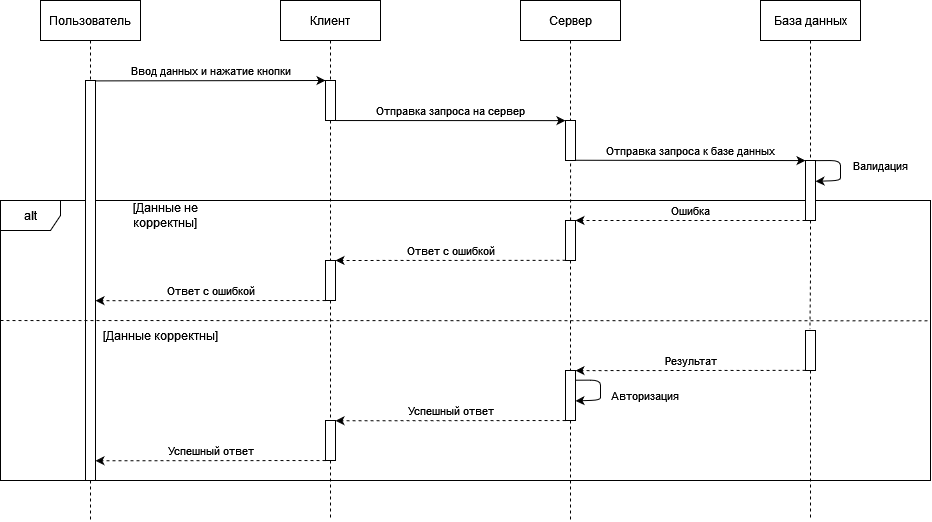
PhoeniX-art-lab/TRiTPO keeps this draw.io diagram as SDS/Images/Sequence_sign_in.png. Above is the earlier version. Source tidied: cells renumbered, new cells last; positions are measured from the earlier drawing's top-left corner, leaving out a move shared by most shapes. Its diagram source:
```xml
<mxGraphModel>
  <root>
    <mxCell id="0" />
    <mxCell id="1" parent="0" />
    <mxCell id="2" value="alt" style="shape=umlFrame;whiteSpace=wrap;html=1;" parent="1" vertex="1">
      <mxGeometry y="200" width="930" height="280" as="geometry" />
    </mxCell>
    <mxCell id="3" value="Пользователь" style="shape=umlLifeline;perimeter=lifelinePerimeter;whiteSpace=wrap;html=1;" parent="1" vertex="1">
      <mxGeometry x="40" width="100" height="80" as="geometry" />
    </mxCell>
    <mxCell id="4" style="edgeStyle=orthogonalEdgeStyle;rounded=0;jettySize=auto;html=1;dashed=1;endArrow=none;endFill=0;" parent="1" edge="1" source="5">
      <mxGeometry relative="1" as="geometry">
        <mxPoint x="90" y="520" as="targetPoint" />
      </mxGeometry>
    </mxCell>
    <mxCell id="5" style="html=1;points=[];perimeter=orthogonalPerimeter;" parent="1" vertex="1">
      <mxGeometry x="85" y="80" width="10" height="400" as="geometry" />
    </mxCell>
    <mxCell id="6" value="Сервер" style="shape=umlLifeline;perimeter=lifelinePerimeter;whiteSpace=wrap;html=1;" parent="1" vertex="1">
      <mxGeometry x="520" width="100" height="120" as="geometry" />
    </mxCell>
    <mxCell id="7" value="База данных" style="shape=umlLifeline;perimeter=lifelinePerimeter;whiteSpace=wrap;html=1;" parent="1" vertex="1">
      <mxGeometry x="760" width="100" height="160" as="geometry" />
    </mxCell>
    <mxCell id="8" style="html=1;points=[];perimeter=orthogonalPerimeter;" parent="1" vertex="1">
      <mxGeometry x="565" y="120" width="10" height="40" as="geometry" />
    </mxCell>
    <mxCell id="9" value="Ввод данных и нажатие кнопки" style="endArrow=classic;html=1;rounded=0;exitX=1;exitY=0.001;exitDx=0;exitDy=0;exitPerimeter=0;entryX=0;entryY=0;entryDx=0;entryDy=0;entryPerimeter=0;" parent="1" edge="1" source="5" target="15">
      <mxGeometry y="10" relative="1" as="geometry" />
    </mxCell>
    <mxCell id="10" style="edgeStyle=orthogonalEdgeStyle;rounded=0;jettySize=auto;html=1;entryX=0.44;entryY=-0.035;entryDx=0;entryDy=0;entryPerimeter=0;dashed=1;fontSize=11;endArrow=none;endFill=0;" parent="1" edge="1" source="11" target="31">
      <mxGeometry relative="1" as="geometry" />
    </mxCell>
    <mxCell id="11" style="html=1;points=[];perimeter=orthogonalPerimeter;" parent="1" vertex="1">
      <mxGeometry x="805" y="160" width="10" height="60" as="geometry" />
    </mxCell>
    <mxCell id="12" value="Отправка запроса к базе данных" style="endArrow=classic;html=1;rounded=0;exitX=0.985;exitY=0.497;exitDx=0;exitDy=0;exitPerimeter=0;entryX=0;entryY=0.501;entryDx=0;entryDy=0;entryPerimeter=0;" parent="1" edge="1">
      <mxGeometry y="10" relative="1" as="geometry">
        <mxPoint x="574.8" y="159.8" as="sourcePoint" />
        <mxPoint x="805" y="160.1" as="targetPoint" />
      </mxGeometry>
    </mxCell>
    <mxCell id="13" value="Клиент" style="shape=umlLifeline;perimeter=lifelinePerimeter;whiteSpace=wrap;html=1;" parent="1" vertex="1">
      <mxGeometry x="280" width="100" height="80" as="geometry" />
    </mxCell>
    <mxCell id="14" style="edgeStyle=orthogonalEdgeStyle;rounded=0;jettySize=auto;html=1;entryX=0.495;entryY=-0.002;entryDx=0;entryDy=0;entryPerimeter=0;dashed=1;fontSize=11;endArrow=none;endFill=0;" parent="1" edge="1" source="15" target="25">
      <mxGeometry relative="1" as="geometry" />
    </mxCell>
    <mxCell id="15" style="html=1;points=[];perimeter=orthogonalPerimeter;" parent="1" vertex="1">
      <mxGeometry x="325" y="80" width="10" height="40" as="geometry" />
    </mxCell>
    <mxCell id="16" value="Отправка запроса на сервер" style="endArrow=classic;html=1;rounded=0;exitX=0.994;exitY=1.001;exitDx=0;exitDy=0;exitPerimeter=0;entryX=-0.005;entryY=0.003;entryDx=0;entryDy=0;entryPerimeter=0;" parent="1" edge="1" source="15" target="8">
      <mxGeometry y="10" relative="1" as="geometry" />
    </mxCell>
    <mxCell id="17" style="endArrow=none;html=1;rounded=0;dashed=1;exitX=0;exitY=0.5;exitDx=0;exitDy=0;exitPerimeter=0;entryX=1;entryY=0.501;entryDx=0;entryDy=0;entryPerimeter=0;" parent="1" edge="1">
      <mxGeometry relative="1" as="geometry">
        <mxPoint y="320" as="sourcePoint" />
        <mxPoint x="930" y="320.3" as="targetPoint" />
      </mxGeometry>
    </mxCell>
    <mxCell id="18" value="[Данные не корректны]" style="text;html=1;strokeColor=none;fillColor=none;align=center;verticalAlign=middle;whiteSpace=wrap;rounded=0;" parent="1" vertex="1">
      <mxGeometry x="100" y="200" width="130" height="30" as="geometry" />
    </mxCell>
    <mxCell id="19" value="[Данные корректны]" style="text;html=1;strokeColor=none;fillColor=none;align=center;verticalAlign=middle;whiteSpace=wrap;rounded=0;" parent="1" vertex="1">
      <mxGeometry x="95" y="320" width="130" height="30" as="geometry" />
    </mxCell>
    <mxCell id="20" style="edgeStyle=orthogonalEdgeStyle;rounded=0;jettySize=auto;html=1;entryX=0.498;entryY=-0.005;entryDx=0;entryDy=0;entryPerimeter=0;dashed=1;fontSize=11;endArrow=none;endFill=0;" parent="1" edge="1" source="21" target="33">
      <mxGeometry relative="1" as="geometry" />
    </mxCell>
    <mxCell id="21" style="html=1;points=[];perimeter=orthogonalPerimeter;" parent="1" vertex="1">
      <mxGeometry x="565" y="220" width="10" height="40" as="geometry" />
    </mxCell>
    <mxCell id="22" value="Ошибка" style="endArrow=classic;html=1;rounded=0;dashed=1;entryX=0.996;entryY=-0.001;entryDx=0;entryDy=0;entryPerimeter=0;exitX=0;exitY=1;exitDx=0;exitDy=0;exitPerimeter=0;" parent="1" edge="1" source="11" target="21">
      <mxGeometry y="-10" relative="1" as="geometry" />
    </mxCell>
    <mxCell id="23" style="endArrow=none;html=1;rounded=0;dashed=1;entryX=0.501;entryY=0.997;entryDx=0;entryDy=0;entryPerimeter=0;exitX=0.504;exitY=-0.002;exitDx=0;exitDy=0;exitPerimeter=0;" parent="1" edge="1" source="21" target="8">
      <mxGeometry relative="1" as="geometry" />
    </mxCell>
    <mxCell id="24" style="edgeStyle=orthogonalEdgeStyle;rounded=0;jettySize=auto;html=1;dashed=1;fontSize=11;endArrow=none;endFill=0;entryX=0.5;entryY=0;entryDx=0;entryDy=0;entryPerimeter=0;" parent="1" edge="1" source="25" target="38">
      <mxGeometry relative="1" as="geometry" />
    </mxCell>
    <mxCell id="25" style="html=1;points=[];perimeter=orthogonalPerimeter;" parent="1" vertex="1">
      <mxGeometry x="325" y="260" width="10" height="40" as="geometry" />
    </mxCell>
    <mxCell id="26" value="Ответ с ошибкой" style="endArrow=classic;html=1;rounded=0;dashed=1;entryX=1.001;entryY=-0.001;entryDx=0;entryDy=0;entryPerimeter=0;exitX=0.002;exitY=0.995;exitDx=0;exitDy=0;exitPerimeter=0;" parent="1" edge="1" source="21" target="25">
      <mxGeometry y="-10" relative="1" as="geometry" />
    </mxCell>
    <mxCell id="27" value="Ответ с ошибкой" style="endArrow=classic;html=1;rounded=0;dashed=1;entryX=1.001;entryY=-0.001;entryDx=0;entryDy=0;entryPerimeter=0;exitX=0.002;exitY=0.995;exitDx=0;exitDy=0;exitPerimeter=0;" parent="1" edge="1">
      <mxGeometry y="-10" relative="1" as="geometry">
        <mxPoint x="325" y="300" as="sourcePoint" />
        <mxPoint x="95" y="300.2" as="targetPoint" />
      </mxGeometry>
    </mxCell>
    <mxCell id="28" style="endArrow=classic;html=1;rounded=1;entryX=1;entryY=0.347;entryDx=0;entryDy=0;entryPerimeter=0;exitX=1;exitY=0.002;exitDx=0;exitDy=0;exitPerimeter=0;" parent="1" edge="1" source="11" target="11">
      <mxGeometry relative="1" as="geometry">
        <Array as="points">
          <mxPoint x="840" y="160" />
          <mxPoint x="840" y="170" />
          <mxPoint x="840" y="180" />
        </Array>
      </mxGeometry>
    </mxCell>
    <mxCell id="29" value="Валидация" style="text;html=1;strokeColor=none;fillColor=none;align=center;verticalAlign=middle;whiteSpace=wrap;rounded=0;fontSize=11;" parent="1" vertex="1">
      <mxGeometry x="850" y="150" width="60" height="30" as="geometry" />
    </mxCell>
    <mxCell id="30" style="edgeStyle=orthogonalEdgeStyle;rounded=0;jettySize=auto;html=1;dashed=1;fontSize=11;endArrow=none;endFill=0;" parent="1" edge="1" source="31">
      <mxGeometry relative="1" as="geometry">
        <mxPoint x="810" y="520" as="targetPoint" />
      </mxGeometry>
    </mxCell>
    <mxCell id="31" style="html=1;points=[];perimeter=orthogonalPerimeter;" parent="1" vertex="1">
      <mxGeometry x="805" y="330" width="10" height="40" as="geometry" />
    </mxCell>
    <mxCell id="32" style="edgeStyle=orthogonalEdgeStyle;rounded=0;jettySize=auto;html=1;dashed=1;fontSize=11;endArrow=none;endFill=0;" parent="1" edge="1" source="33">
      <mxGeometry relative="1" as="geometry">
        <mxPoint x="570" y="520" as="targetPoint" />
      </mxGeometry>
    </mxCell>
    <mxCell id="33" style="html=1;points=[];perimeter=orthogonalPerimeter;" parent="1" vertex="1">
      <mxGeometry x="565" y="370" width="10" height="50" as="geometry" />
    </mxCell>
    <mxCell id="34" value="Результат" style="endArrow=classic;html=1;rounded=0;dashed=1;fontSize=11;entryX=0.998;entryY=0.002;entryDx=0;entryDy=0;entryPerimeter=0;exitX=0.003;exitY=0.996;exitDx=0;exitDy=0;exitPerimeter=0;" parent="1" edge="1" source="31" target="33">
      <mxGeometry y="-10" relative="1" as="geometry" />
    </mxCell>
    <mxCell id="35" style="endArrow=classic;html=1;rounded=1;entryX=1;entryY=0.347;entryDx=0;entryDy=0;entryPerimeter=0;exitX=1;exitY=0.002;exitDx=0;exitDy=0;exitPerimeter=0;" parent="1" edge="1">
      <mxGeometry relative="1" as="geometry">
        <mxPoint x="575" y="379.7" as="sourcePoint" />
        <mxPoint x="575" y="400.4" as="targetPoint" />
        <Array as="points">
          <mxPoint x="600" y="379.6" />
          <mxPoint x="600" y="389.6" />
          <mxPoint x="600" y="399.6" />
        </Array>
      </mxGeometry>
    </mxCell>
    <mxCell id="36" value="Авторизация" style="text;html=1;strokeColor=none;fillColor=none;align=center;verticalAlign=middle;whiteSpace=wrap;rounded=0;fontSize=11;" parent="1" vertex="1">
      <mxGeometry x="600" y="380" width="90" height="30" as="geometry" />
    </mxCell>
    <mxCell id="37" style="edgeStyle=orthogonalEdgeStyle;rounded=0;jettySize=auto;html=1;dashed=1;fontSize=11;endArrow=none;endFill=0;" parent="1" edge="1" source="38">
      <mxGeometry relative="1" as="geometry">
        <mxPoint x="330" y="520" as="targetPoint" />
      </mxGeometry>
    </mxCell>
    <mxCell id="38" style="html=1;points=[];perimeter=orthogonalPerimeter;" parent="1" vertex="1">
      <mxGeometry x="325" y="420" width="10" height="40" as="geometry" />
    </mxCell>
    <mxCell id="39" value="Успешный ответ" style="endArrow=classic;html=1;rounded=0;dashed=1;fontSize=11;entryX=0.998;entryY=0.002;entryDx=0;entryDy=0;entryPerimeter=0;exitX=0.003;exitY=0.996;exitDx=0;exitDy=0;exitPerimeter=0;" parent="1" edge="1">
      <mxGeometry y="-10" relative="1" as="geometry">
        <mxPoint x="565" y="420" as="sourcePoint" />
        <mxPoint x="335" y="420.3" as="targetPoint" />
      </mxGeometry>
    </mxCell>
    <mxCell id="40" value="Успешный ответ" style="endArrow=classic;html=1;rounded=0;dashed=1;fontSize=11;entryX=0.998;entryY=0.002;entryDx=0;entryDy=0;entryPerimeter=0;exitX=0.003;exitY=0.996;exitDx=0;exitDy=0;exitPerimeter=0;" parent="1" edge="1">
      <mxGeometry y="-10" relative="1" as="geometry">
        <mxPoint x="325" y="460" as="sourcePoint" />
        <mxPoint x="94.9" y="460.3" as="targetPoint" />
      </mxGeometry>
    </mxCell>
  </root>
</mxGraphModel>
```
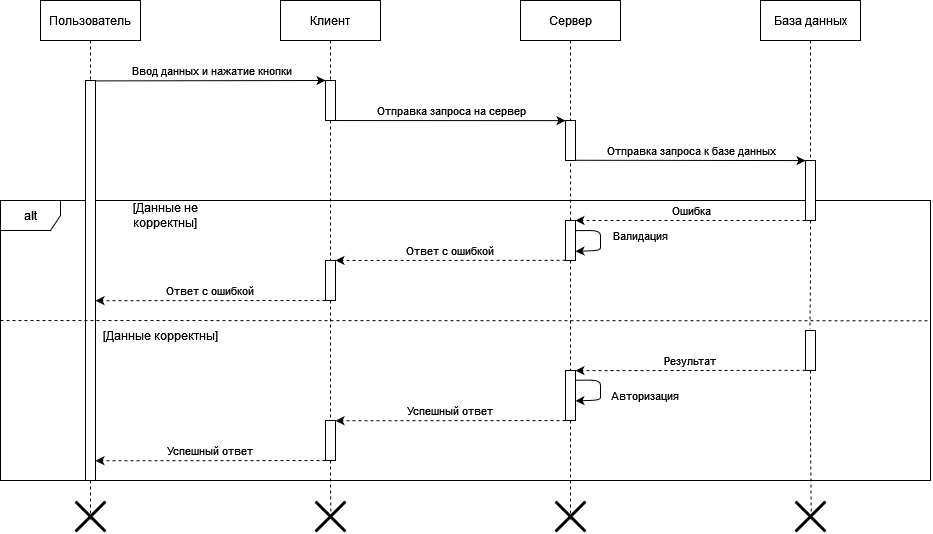
After the commit.

Diff of the diagram source:
```diff
@@ -91,23 +91,20 @@
         <mxPoint x="95" y="300.2" as="targetPoint" />
       </mxGeometry>
     </mxCell>
-    <mxCell id="28" style="endArrow=classic;html=1;rounded=1;entryX=1;entryY=0.347;entryDx=0;entryDy=0;entryPerimeter=0;exitX=1;exitY=0.002;exitDx=0;exitDy=0;exitPerimeter=0;" parent="1" edge="1" source="11" target="11">
+    <mxCell id="28" style="endArrow=classic;html=1;rounded=1;entryX=1;entryY=0.347;entryDx=0;entryDy=0;entryPerimeter=0;exitX=1;exitY=0.002;exitDx=0;exitDy=0;exitPerimeter=0;" parent="1" edge="1">
       <mxGeometry relative="1" as="geometry">
+        <mxPoint x="575" y="230.1" as="sourcePoint" />
+        <mxPoint x="575" y="250.8" as="targetPoint" />
         <Array as="points">
-          <mxPoint x="840" y="160" />
-          <mxPoint x="840" y="170" />
-          <mxPoint x="840" y="180" />
+          <mxPoint x="600" y="230" />
+          <mxPoint x="600" y="240" />
+          <mxPoint x="600" y="250" />
         </Array>
       </mxGeometry>
     </mxCell>
     <mxCell id="29" value="Валидация" style="text;html=1;strokeColor=none;fillColor=none;align=center;verticalAlign=middle;whiteSpace=wrap;rounded=0;fontSize=11;" parent="1" vertex="1">
-      <mxGeometry x="850" y="150" width="60" height="30" as="geometry" />
+      <mxGeometry x="610" y="220" width="60" height="30" as="geometry" />
     </mxCell>
-    <mxCell id="30" style="edgeStyle=orthogonalEdgeStyle;rounded=0;jettySize=auto;html=1;dashed=1;fontSize=11;endArrow=none;endFill=0;" parent="1" edge="1" source="31">
-      <mxGeometry relative="1" as="geometry">
-        <mxPoint x="810" y="520" as="targetPoint" />
-      </mxGeometry>
-    </mxCell>
     <mxCell id="31" style="html=1;points=[];perimeter=orthogonalPerimeter;" parent="1" vertex="1">
       <mxGeometry x="805" y="330" width="10" height="40" as="geometry" />
     </mxCell>
@@ -136,11 +133,6 @@
     <mxCell id="36" value="Авторизация" style="text;html=1;strokeColor=none;fillColor=none;align=center;verticalAlign=middle;whiteSpace=wrap;rounded=0;fontSize=11;" parent="1" vertex="1">
       <mxGeometry x="600" y="380" width="90" height="30" as="geometry" />
     </mxCell>
-    <mxCell id="37" style="edgeStyle=orthogonalEdgeStyle;rounded=0;jettySize=auto;html=1;dashed=1;fontSize=11;endArrow=none;endFill=0;" parent="1" edge="1" source="38">
-      <mxGeometry relative="1" as="geometry">
-        <mxPoint x="330" y="520" as="targetPoint" />
-      </mxGeometry>
-    </mxCell>
     <mxCell id="38" style="html=1;points=[];perimeter=orthogonalPerimeter;" parent="1" vertex="1">
       <mxGeometry x="325" y="420" width="10" height="40" as="geometry" />
     </mxCell>
@@ -156,5 +148,23 @@
         <mxPoint x="94.9" y="460.3" as="targetPoint" />
       </mxGeometry>
     </mxCell>
+    <mxCell id="41" style="shape=umlDestroy;whiteSpace=wrap;html=1;strokeWidth=3;" parent="1" vertex="1">
+      <mxGeometry x="75" y="501" width="30" height="30" as="geometry" />
+    </mxCell>
+    <mxCell id="42" style="shape=umlDestroy;whiteSpace=wrap;html=1;strokeWidth=3;" parent="1" vertex="1">
+      <mxGeometry x="315" y="501" width="30" height="30" as="geometry" />
+    </mxCell>
+    <mxCell id="43" style="edgeStyle=orthogonalEdgeStyle;rounded=0;jettySize=auto;html=1;dashed=1;fontSize=11;endArrow=none;endFill=0;entryX=0.511;entryY=0.507;entryDx=0;entryDy=0;entryPerimeter=0;" parent="1" edge="1" source="38" target="42">
+      <mxGeometry relative="1" as="geometry" />
+    </mxCell>
+    <mxCell id="44" style="shape=umlDestroy;whiteSpace=wrap;html=1;strokeWidth=3;" parent="1" vertex="1">
+      <mxGeometry x="555" y="501" width="30" height="30" as="geometry" />
+    </mxCell>
+    <mxCell id="45" style="shape=umlDestroy;whiteSpace=wrap;html=1;strokeWidth=3;" parent="1" vertex="1">
+      <mxGeometry x="795" y="501" width="30" height="30" as="geometry" />
+    </mxCell>
+    <mxCell id="46" style="edgeStyle=orthogonalEdgeStyle;rounded=0;jettySize=auto;html=1;dashed=1;fontSize=11;endArrow=none;endFill=0;entryX=0.524;entryY=0.502;entryDx=0;entryDy=0;entryPerimeter=0;" parent="1" edge="1" source="31" target="45">
+      <mxGeometry relative="1" as="geometry" />
+    </mxCell>
   </root>
 </mxGraphModel>
```
